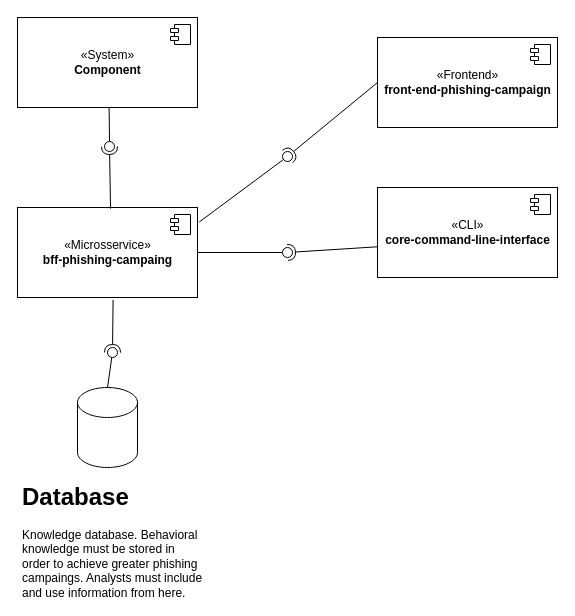
Before: documents/diagrama-de-componentes.drawio in akademicmensch/igti-mba-cybersecurity, a draw.io diagram. Source tidied: cells renumbered, new cells numbered last; positions are measured from the earlier drawing's top-left corner, leaving out a move shared by most shapes. Both pictures are drawn from the tidied source at 100%, with x=0, y=0 at pixel (17, 17).
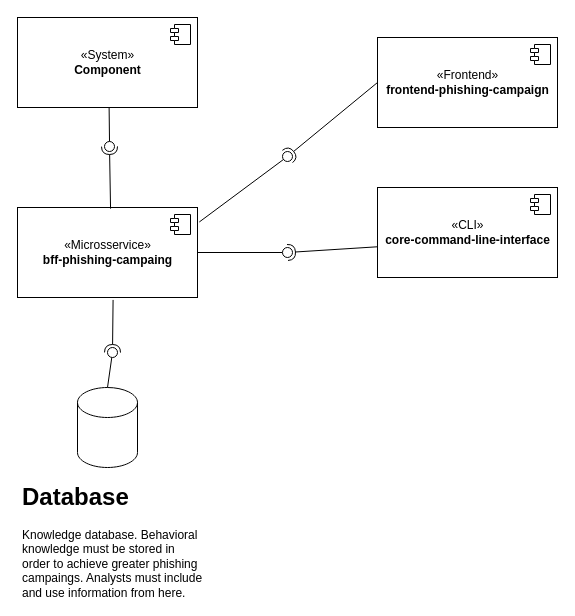
Above is the later version.

Diff of the diagram source:
```diff
@@
-    <mxCell id="6" value="«Frontend»&lt;br&gt;&lt;b&gt;front-end-phishing-campaign&lt;/b&gt;" style="html=1;" parent="1" vertex="1">
+    <mxCell id="6" value="«Frontend»&lt;br&gt;&lt;b&gt;frontend-phishing-campaign&lt;/b&gt;" style="html=1;" parent="1" vertex="1">
       <mxGeometry x="360" y="20" width="180" height="90" as="geometry" />
     </mxCell>
```
